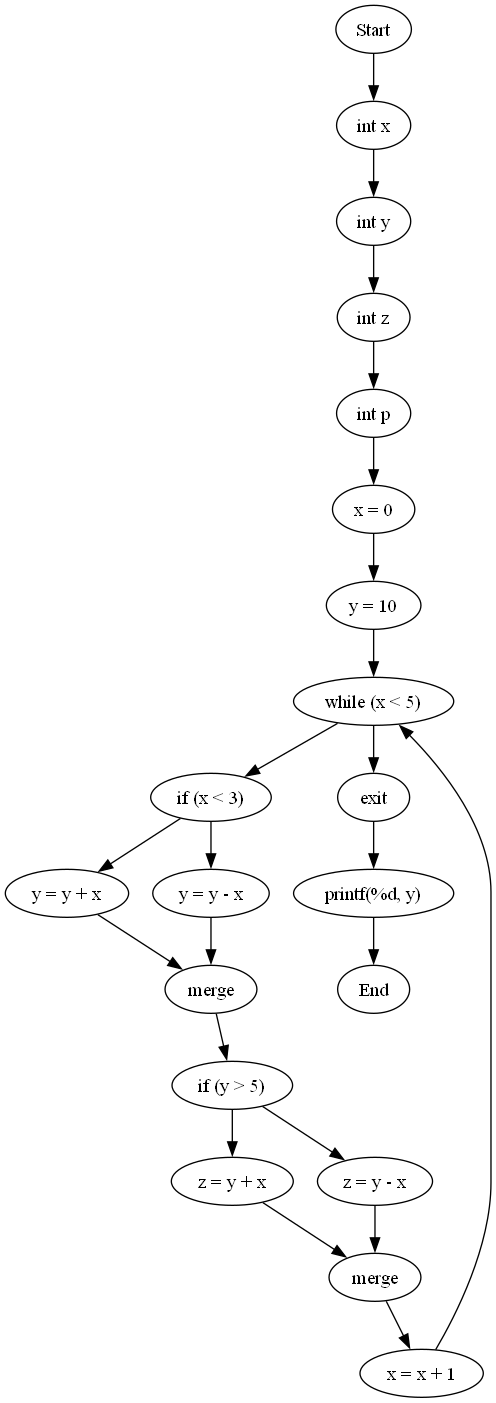
Before: cfg.png, a diagram exported from Graphviz (Akshay-X-Raj/Static-Code-Analyzer-for-a-C-like-Language-using-CFG-Based-Data-Flow-Analysis). Its source is kept beside it as cfg.dot.
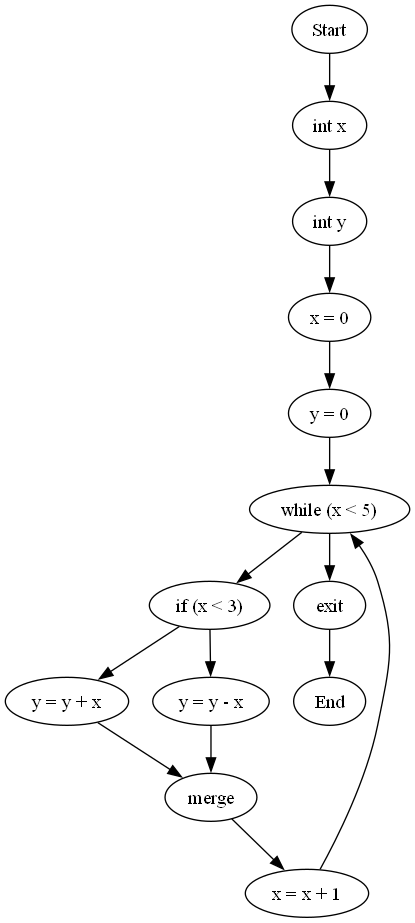
After the commit.

Diff of the diagram source:
```diff
@@ -5,40 +5,25 @@
 1 -> 2;
 2 [label="int y"];
 2 -> 3;
-3 [label="int z"];
+3 [label="x = 0"];
 3 -> 4;
-4 [label="int p"];
+4 [label="y = 0"];
 4 -> 5;
-5 [label="x = 0"];
+5 [label="while (x < 5)"];
 5 -> 6;
-6 [label="y = 10"];
+6 [label="if (x < 3)"];
 6 -> 7;
-7 [label="while (x < 5)"];
-7 -> 8;
-8 [label="if (x < 3)"];
+7 [label="y = y + x"];
+7 -> 9;
+9 [label="merge"];
+9 -> 10;
+10 [label="x = x + 1"];
+10 -> 5;
+6 -> 8;
+8 [label="y = y - x"];
 8 -> 9;
-9 [label="y = y + x"];
-9 -> 11;
-11 [label="merge"];
+5 -> 11;
+11 [label="exit"];
 11 -> 12;
-12 [label="if (y > 5)"];
-12 -> 13;
-13 [label="z = y + x"];
-13 -> 15;
-15 [label="merge"];
-15 -> 16;
-16 [label="x = x + 1"];
-16 -> 7;
-12 -> 14;
-14 [label="z = y - x"];
-14 -> 15;
-8 -> 10;
-10 [label="y = y - x"];
-10 -> 11;
-7 -> 17;
-17 [label="exit"];
-17 -> 18;
-18 [label="printf(%d, y)"];
-18 -> 19;
-19 [label="End"];
+12 [label="End"];
 }
```
